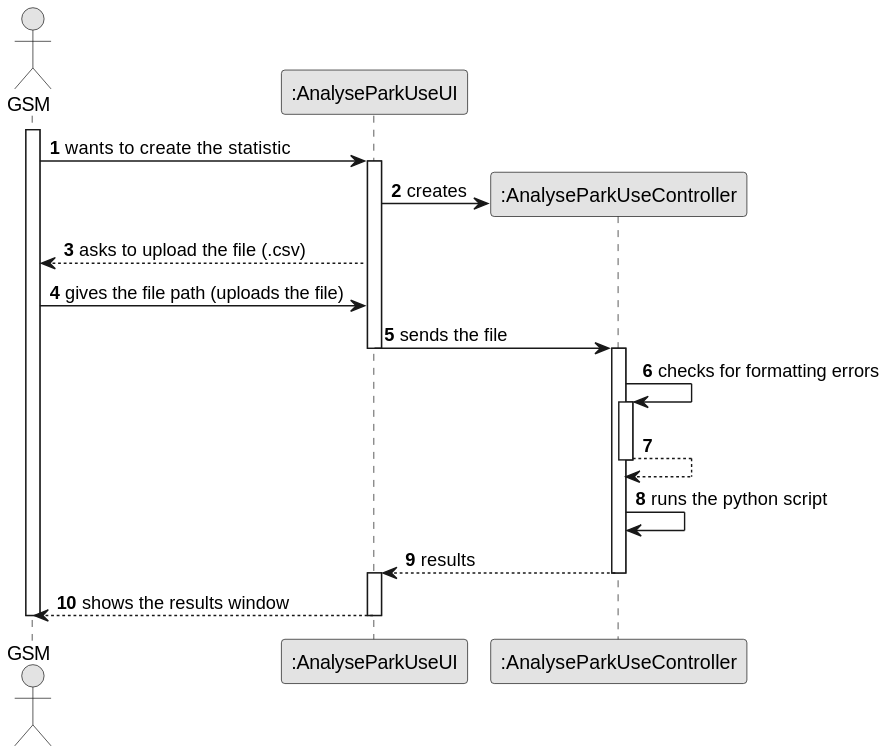
This is docs/sprintB/us011/03.design/svg/us011-sequence-diagram-full.svg from ricardomm7/leaflink, a PlantUML export, as it was before one commit.
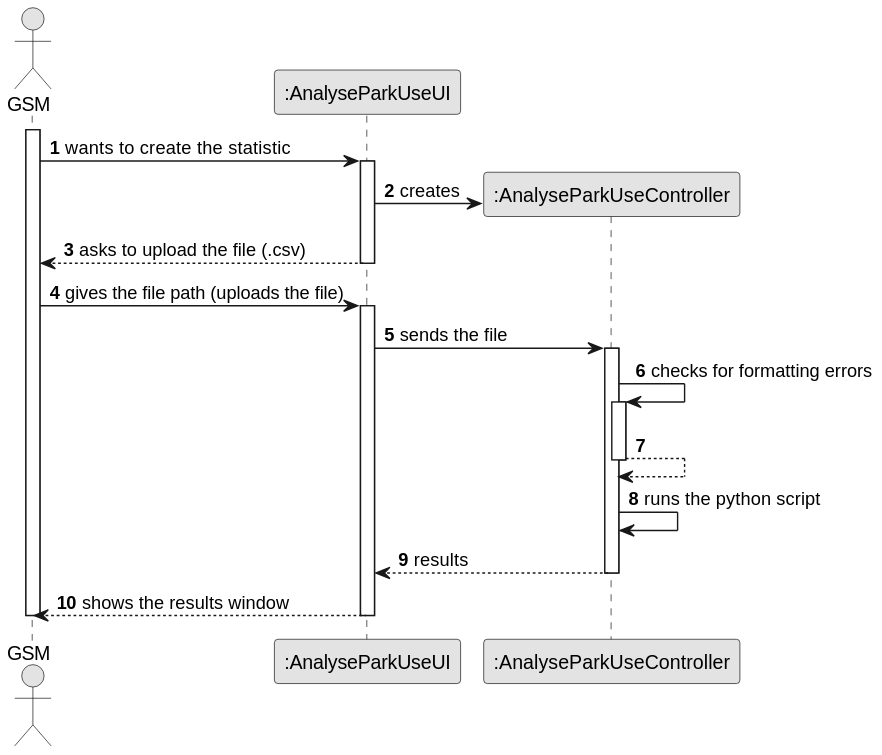
The same file after the commit.

What changed in the source:
```diff
@@ -14,9 +14,10 @@
 activate UI
 UI -> CTRL** : creates
 UI --> GSM : asks to upload the file (.csv)
+deactivate UI
 GSM -> UI : gives the file path (uploads the file)
+activate UI
 UI -> CTRL : sends the file
-deactivate UI
 activate CTRL
 CTRL -> CTRL : checks for formatting errors
 activate CTRL
@@ -25,7 +26,6 @@
 CTRL -> CTRL : runs the python script
 CTRL --> UI : results
 deactivate CTRL
-activate UI
 UI --> GSM : shows the results window
 deactivate UI
 deactivate GSM
```
